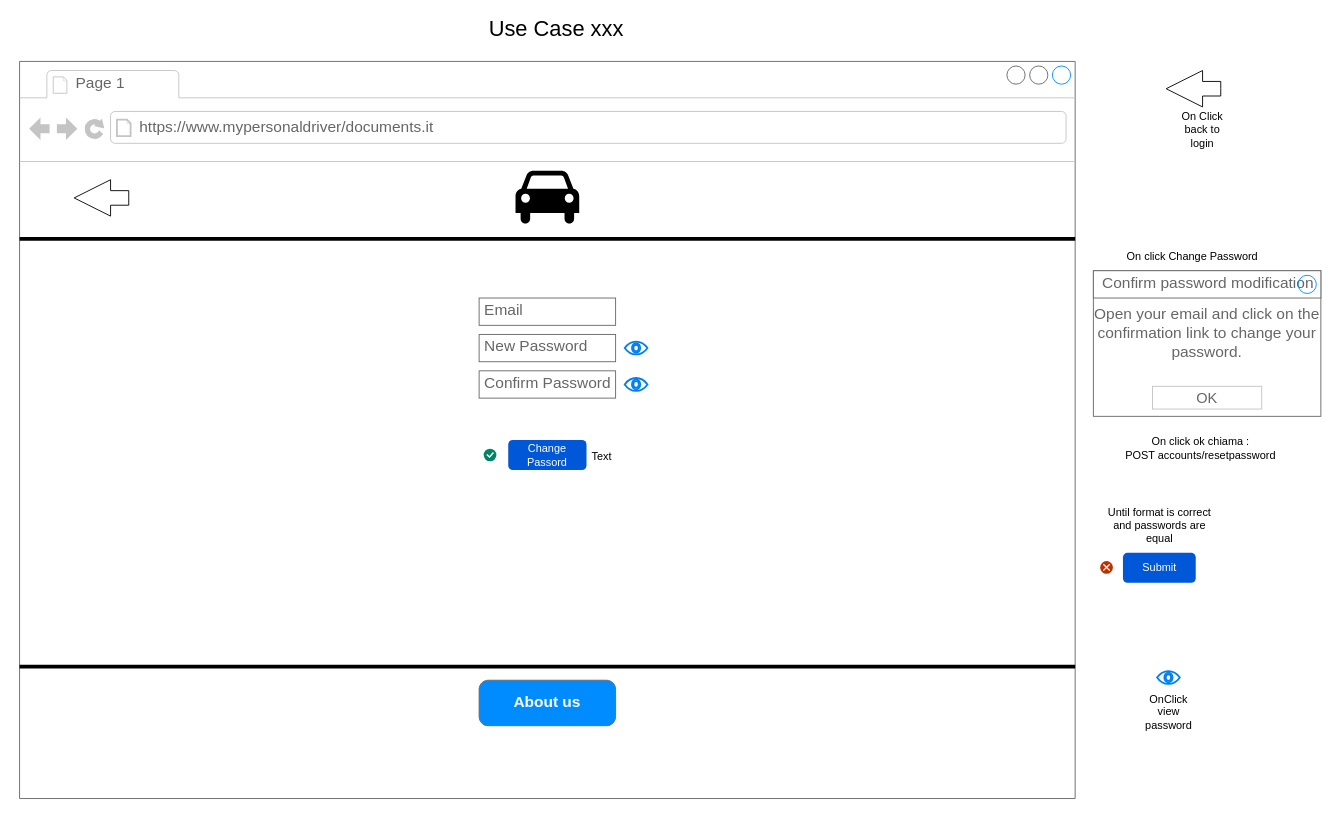
Before: Documentazione/sitoWeb/templateResetPassword.drawio in alfacorso2024Settembre/MyPersonalDriver, a draw.io diagram. Source tidied: cells renumbered, new cells numbered last; positions are measured from the earlier drawing's top-left corner, leaving out a move shared by most shapes. Both pictures are drawn from the tidied source at 91%, with x=0, y=0 at pixel (19, 15).
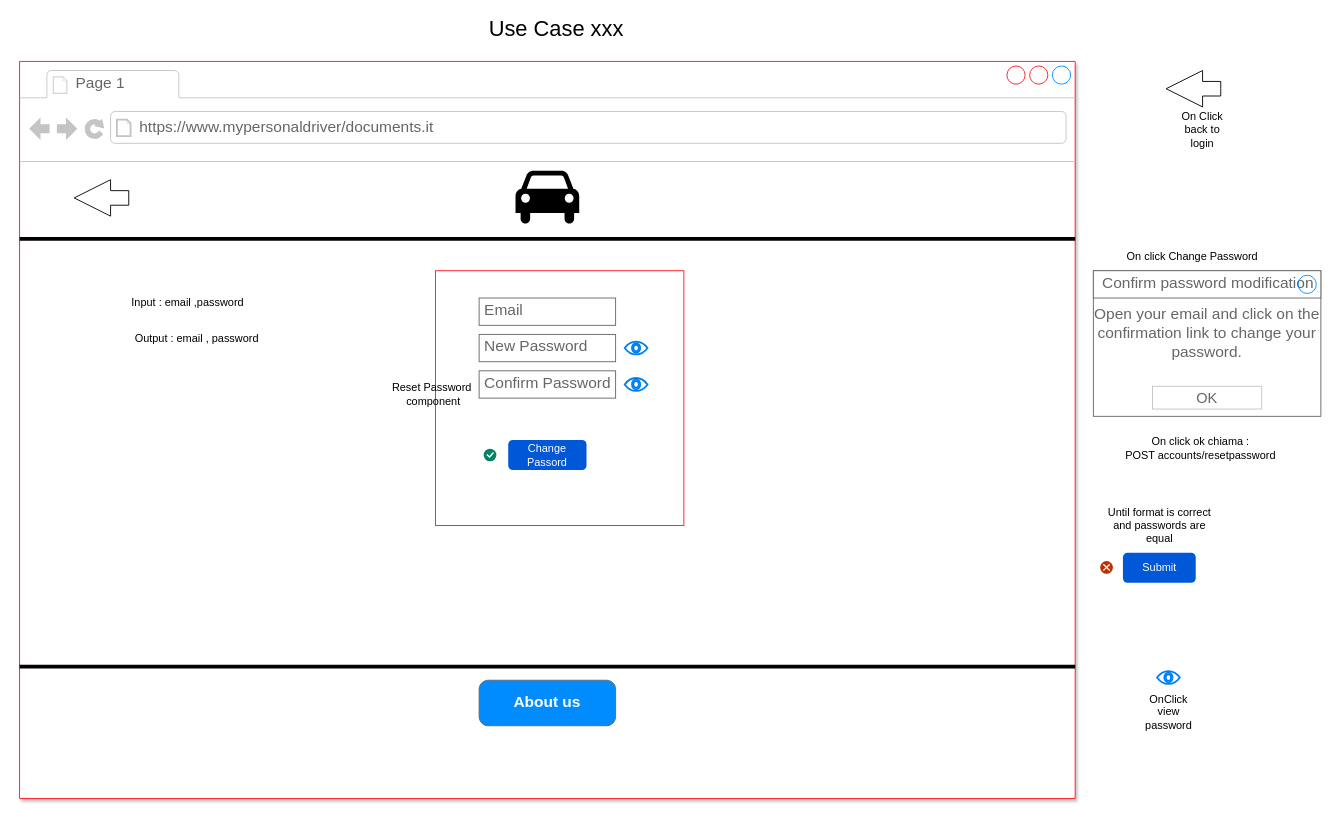
The same diagram, later.

The edit, as a diff of the source:
```diff
@@
-    <mxCell id="2" style="strokeWidth=1;shadow=0;dashed=0;align=center;html=1;shape=mxgraph.mockup.containers.browserWindow;rSize=0;strokeColor=#666666;strokeColor2=#008cff;strokeColor3=#c4c4c4;mainText=,;" parent="1" vertex="1">
+    <mxCell id="2" style="strokeWidth=1;shadow=1;dashed=0;align=center;html=1;shape=mxgraph.mockup.containers.browserWindow;rSize=0;strokeColor=#FF1424;strokeColor2=#008cff;strokeColor3=#c4c4c4;mainText=,;" parent="1" vertex="1">
       <mxGeometry y="50" width="1160" height="810" as="geometry" />
     </mxCell>
+    <mxCell id="32" style="rounded=0;whiteSpace=wrap;html=1;strokeColor=#FF1424;" parent="2" vertex="1">
+      <mxGeometry x="457" y="230" width="273" height="280" as="geometry" />
+    </mxCell>
@@
+    <mxCell id="33" value="Reset Password&amp;nbsp;&lt;br&gt;component" style="text;html=1;align=center;verticalAlign=middle;whiteSpace=wrap;rounded=0;" parent="2" vertex="1">
+      <mxGeometry x="405" y="291.6" width="100" height="147.9" as="geometry" />
+    </mxCell>
+    <mxCell id="34" value="Input : email ,password" style="text;html=1;align=center;verticalAlign=middle;whiteSpace=wrap;rounded=0;" parent="2" vertex="1">
+      <mxGeometry x="110" y="250" width="150" height="30" as="geometry" />
+    </mxCell>
+    <mxCell id="35" value="Output : email , password" style="text;html=1;align=center;verticalAlign=middle;whiteSpace=wrap;rounded=0;" parent="2" vertex="1">
+      <mxGeometry x="120" y="290" width="150" height="30" as="geometry" />
+    </mxCell>
@@
-    <mxCell id="30" value="Text" style="text;html=1;align=center;verticalAlign=middle;whiteSpace=wrap;rounded=0;" parent="1" vertex="1">
-      <mxGeometry x="610" y="470" width="60" height="30" as="geometry" />
-    </mxCell>
```
